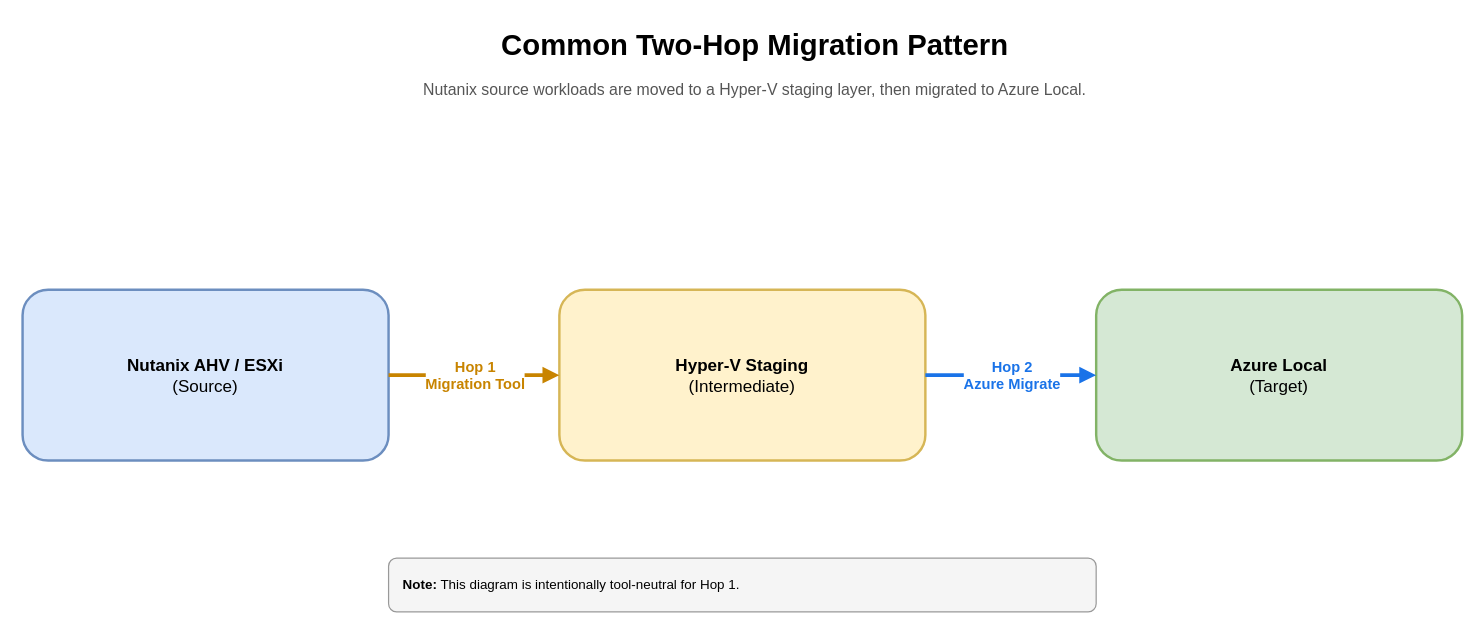
This is docs/assets/diagrams/migration-diagrams-common-two-hop.drawio from AzureLocal/azurelocal-nutanix-migration, a draw.io file, before an edit. Source tidied: cells renumbered, new cells numbered last; positions are measured from the earlier drawing's top-left corner, leaving out a move shared by most shapes. Both pictures are drawn from the tidied source at 122%, with x=0, y=0 at pixel (22, 21).
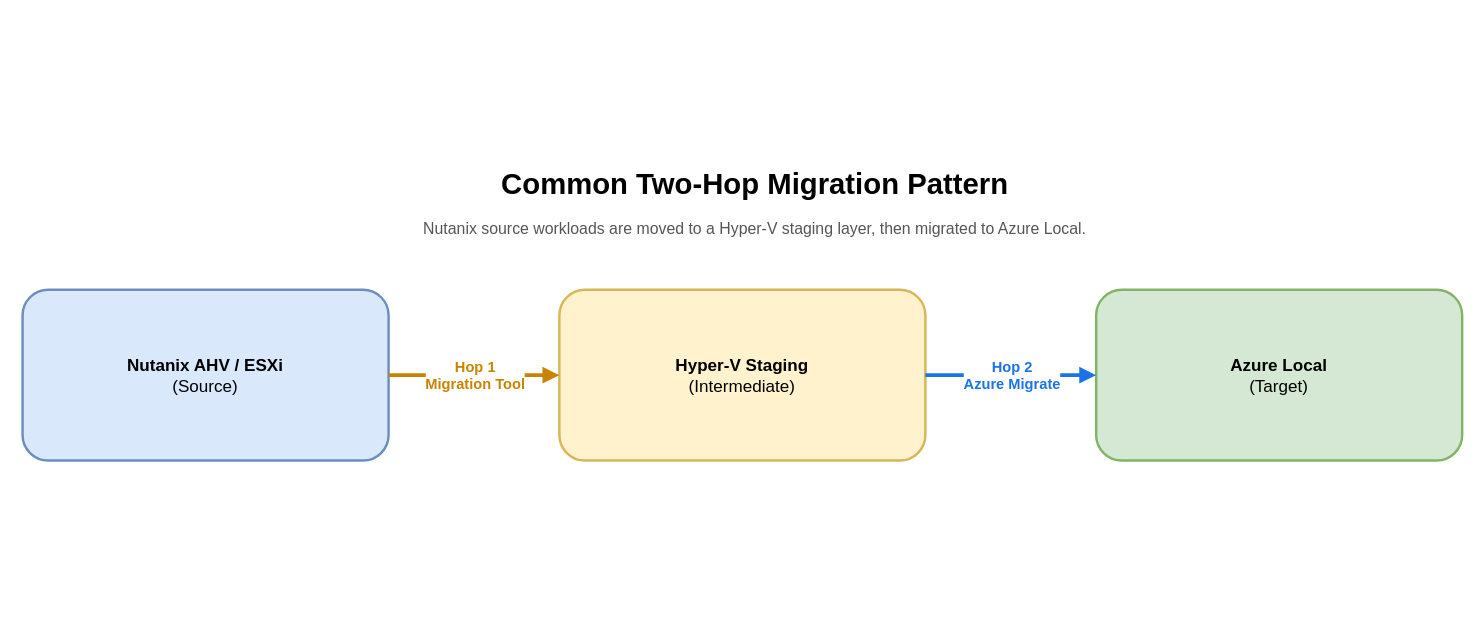
The same page after the edit.

Commit message (it also covers changes not shown here):
docs: replace homepage two-hop image with neutral common architecture SVG

What changed in the source:
```diff
@@
 <mxGraphModel>
   <root>
     <mxCell id="0" />
     <mxCell id="1" parent="0" />
     <mxCell id="2" value="&lt;b&gt;Common Two-Hop Migration Pattern&lt;/b&gt;" style="text;html=1;fontSize=24;fontFamily=Arial;align=center;verticalAlign=middle;" parent="1" vertex="1">
-      <mxGeometry x="200" width="800" height="40" as="geometry" />
+      <mxGeometry x="200" y="114" width="800" height="40" as="geometry" />
     </mxCell>
     <mxCell id="3" value="Nutanix source workloads are moved to a Hyper-V staging layer, then migrated to Azure Local." style="text;html=1;fontSize=13;fontFamily=Arial;align=center;fontColor=#555555;" parent="1" vertex="1">
-      <mxGeometry x="120" y="42" width="960" height="26" as="geometry" />
+      <mxGeometry x="120" y="156" width="960" height="26" as="geometry" />
     </mxCell>
     <mxCell id="4" value="&lt;b&gt;Nutanix AHV / ESXi&lt;/b&gt;&lt;br&gt;(Source)" style="rounded=1;whiteSpace=wrap;html=1;fillColor=#dae8fc;strokeColor=#6c8ebf;strokeWidth=2;fontSize=14;align=center;verticalAlign=middle;" parent="1" vertex="1">
       <mxGeometry y="220" width="300" height="140" as="geometry" />
     </mxCell>
     <mxCell id="5" value="&lt;b&gt;Hyper-V Staging&lt;/b&gt;&lt;br&gt;(Intermediate)" style="rounded=1;whiteSpace=wrap;html=1;fillColor=#fff2cc;strokeColor=#d6b656;strokeWidth=2;fontSize=14;align=center;verticalAlign=middle;" parent="1" vertex="1">
       <mxGeometry x="440" y="220" width="300" height="140" as="geometry" />
     </mxCell>
     <mxCell id="6" value="&lt;b&gt;Azure Local&lt;/b&gt;&lt;br&gt;(Target)" style="rounded=1;whiteSpace=wrap;html=1;fillColor=#d5e8d4;strokeColor=#82b366;strokeWidth=2;fontSize=14;align=center;verticalAlign=middle;" parent="1" vertex="1">
       <mxGeometry x="880" y="220" width="300" height="140" as="geometry" />
     </mxCell>
     <mxCell id="7" style="endArrow=block;endFill=1;strokeWidth=3;strokeColor=#c88400;" parent="1" edge="1" source="4" target="5">
       <mxGeometry relative="1" as="geometry" />
     </mxCell>
     <mxCell id="8" value="&lt;b&gt;Hop 1&lt;/b&gt;&lt;br&gt;Migration Tool" style="edgeLabel;html=1;fontSize=12;fontColor=#c88400;align=center;fontStyle=1;" parent="7" vertex="1">
       <mxGeometry relative="1" as="geometry">
         <mxPoint y="-20" as="offset" />
       </mxGeometry>
     </mxCell>
     <mxCell id="9" style="endArrow=block;endFill=1;strokeWidth=3;strokeColor=#1a73e8;" parent="1" edge="1" source="5" target="6">
       <mxGeometry relative="1" as="geometry" />
     </mxCell>
     <mxCell id="10" value="&lt;b&gt;Hop 2&lt;/b&gt;&lt;br&gt;Azure Migrate" style="edgeLabel;html=1;fontSize=12;fontColor=#1a73e8;align=center;fontStyle=1;" parent="9" vertex="1">
       <mxGeometry relative="1" as="geometry">
         <mxPoint y="-20" as="offset" />
       </mxGeometry>
     </mxCell>
-    <mxCell id="11" value="&lt;b&gt;Note:&lt;/b&gt; This diagram is intentionally tool-neutral for Hop 1." style="rounded=1;whiteSpace=wrap;html=1;fillColor=#f5f5f5;strokeColor=#999999;fontSize=11;align=left;spacingLeft=10;" parent="1" vertex="1">
-      <mxGeometry x="300" y="440" width="580" height="44" as="geometry" />
-    </mxCell>
   </root>
 </mxGraphModel>
```
